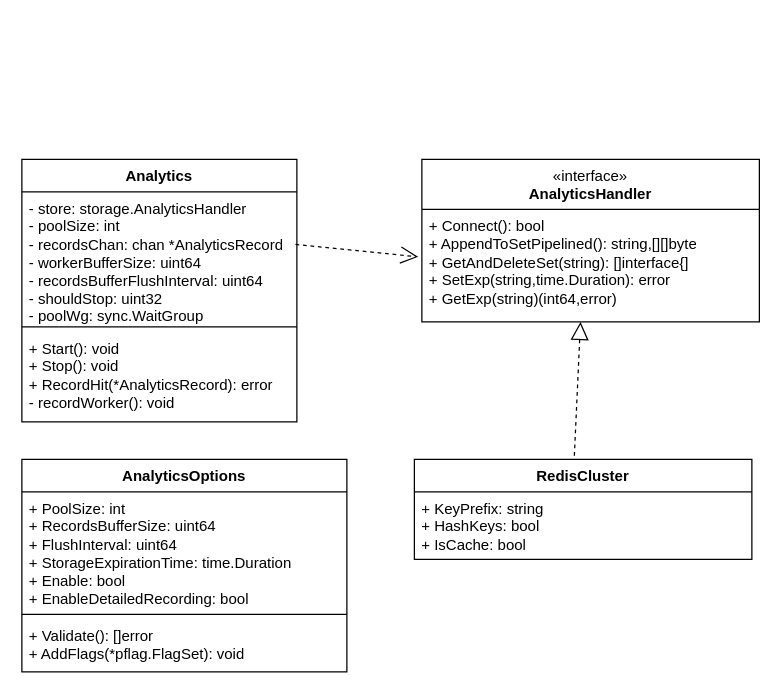
This is 日志缓存类图.drawio from elisaovivo/restful-api-demo, a draw.io file, before an edit. Source tidied: cells renumbered, new cells numbered last; positions are measured from the earlier drawing's top-left corner, leaving out a move shared by most shapes. Both pictures are drawn from the tidied source at 125%, with x=0, y=0 at pixel (21, 159).
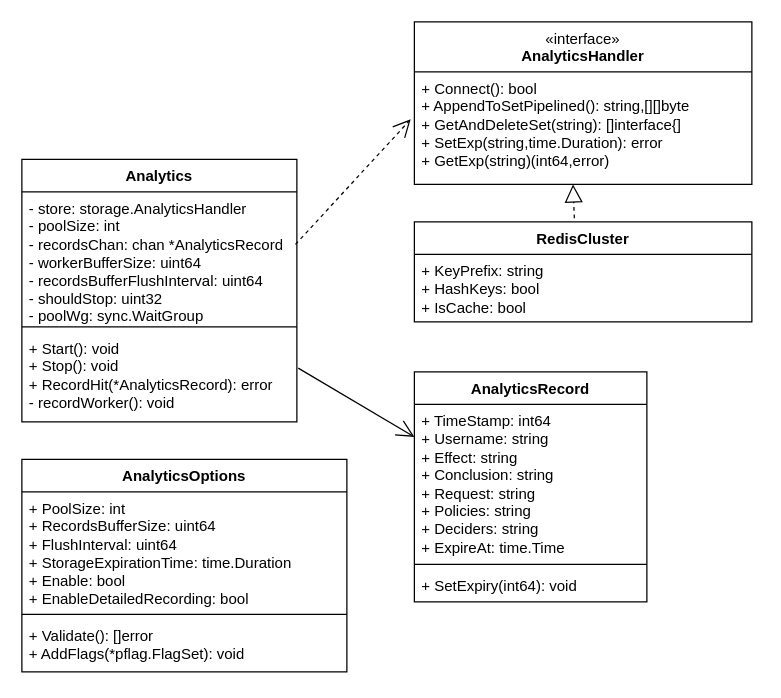
The same page after the edit.

Commit message (it also covers changes not shown here):
更新日志缓存类图.drawio

The change refers to these unchanged cells:
```xml
<mxCell id="5" value="+ Start(): void&lt;br&gt;+ Stop(): void&lt;br&gt;+ RecordHit(*AnalyticsRecord): error&lt;br&gt;- recordWorker(): void" style="text;strokeColor=none;fillColor=none;align=left;verticalAlign=top;spacingLeft=4;spacingRight=4;overflow=hidden;points=[[0,0.5],[1,0.5]];portConstraint=eastwest;whiteSpace=wrap;html=1;" parent="2" vertex="1">
  <mxGeometry y="138" width="220" height="72" as="geometry" />
</mxCell>
```

Change to the diagram source:
```diff
@@
     <mxCell id="6" value="&lt;span style=&quot;font-weight: normal;&quot;&gt;«interface»&lt;/span&gt;&lt;br style=&quot;border-color: var(--border-color); font-weight: 400;&quot;&gt;&lt;b style=&quot;border-color: var(--border-color);&quot;&gt;AnalyticsHandler&lt;/b&gt;" style="swimlane;fontStyle=1;align=center;verticalAlign=top;horizontal=1;startSize=40;whiteSpace=wrap;html=1;" parent="1" vertex="1">
-      <mxGeometry x="320" width="270" height="130" as="geometry" />
+      <mxGeometry x="314" y="-110" width="270" height="130" as="geometry" />
     </mxCell>
@@
     <mxCell id="12" value="RedisCluster" style="swimlane;fontStyle=1;align=center;verticalAlign=top;horizontal=1;startSize=26;whiteSpace=wrap;html=1;" parent="1" vertex="1">
-      <mxGeometry x="314" y="240" width="270" height="80" as="geometry" />
+      <mxGeometry x="314" y="50" width="270" height="80" as="geometry" />
     </mxCell>
@@
+    <mxCell id="16" value="AnalyticsRecord" style="swimlane;fontStyle=1;align=center;verticalAlign=top;horizontal=1;startSize=26;whiteSpace=wrap;html=1;" parent="1" vertex="1">
+      <mxGeometry x="314" y="170" width="186" height="184" as="geometry" />
+    </mxCell>
+    <mxCell id="17" value="+ TimeStamp: int64&lt;br&gt;+ Username: string&lt;br&gt;+ Effect: string&lt;br&gt;+ Conclusion: string&lt;br&gt;+ Request: string&lt;br&gt;+ Policies: string&lt;br&gt;+ Deciders: string&lt;br&gt;+ ExpireAt: time.Time" style="text;strokeColor=none;fillColor=none;align=left;verticalAlign=top;spacingLeft=4;spacingRight=4;overflow=hidden;points=[[0,0.5],[1,0.5]];portConstraint=eastwest;whiteSpace=wrap;html=1;" parent="16" vertex="1">
+      <mxGeometry y="26" width="186" height="124" as="geometry" />
+    </mxCell>
+    <mxCell id="18" style="line;strokeWidth=1;fillColor=none;align=left;verticalAlign=middle;spacingTop=-1;spacingLeft=3;spacingRight=3;labelPosition=right;strokeColor=inherit;" parent="16" vertex="1">
+      <mxGeometry y="150" width="186" height="8" as="geometry" />
+    </mxCell>
+    <mxCell id="19" value="+ SetExpiry(int64): void" style="text;strokeColor=none;fillColor=none;align=left;verticalAlign=top;spacingLeft=4;spacingRight=4;overflow=hidden;whiteSpace=wrap;html=1;" parent="16" vertex="1">
+      <mxGeometry y="158" width="186" height="26" as="geometry" />
+    </mxCell>
+    <mxCell id="20" style="endArrow=open;endFill=1;endSize=12;html=1;rounded=0;exitX=1.005;exitY=0.403;exitDx=0;exitDy=0;exitPerimeter=0;entryX=0;entryY=0.21;entryDx=0;entryDy=0;entryPerimeter=0;" parent="1" edge="1" source="5" target="17">
+      <mxGeometry relative="1" as="geometry" />
+    </mxCell>
```
